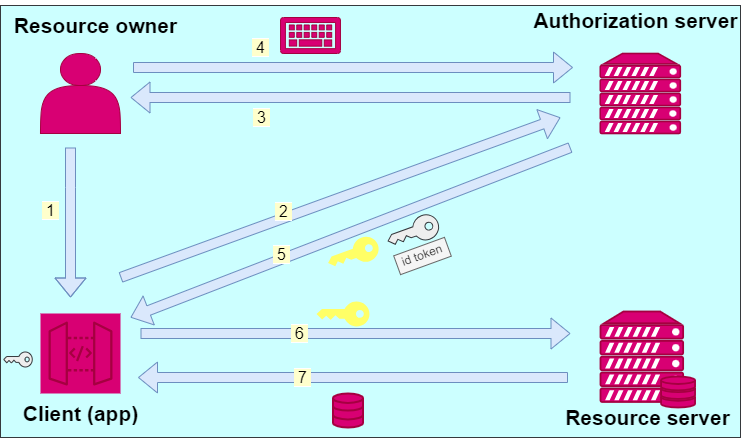
The draw.io diagram img/AUTH_OAuth2.png in gin-az/Shortnotes-for-Front-part-2, before a commit. Source tidied: cells renumbered, new cells last; positions are measured from the earlier drawing's top-left corner, leaving out a move shared by most shapes. Its diagram source:
```xml
<mxGraphModel>
  <root>
    <mxCell id="0" />
    <mxCell id="1" parent="0" />
    <mxCell id="2" style="rounded=0;whiteSpace=wrap;html=1;fillColor=#CCFFFF;strokeColor=#36393d;" parent="1" vertex="1">
      <mxGeometry y="5" width="740" height="432" as="geometry" />
    </mxCell>
    <mxCell id="3" style="shape=actor;whiteSpace=wrap;html=1;fillColor=#d80073;fontColor=#ffffff;strokeColor=#A50040;" parent="1" vertex="1">
      <mxGeometry x="40" y="53" width="80" height="80" as="geometry" />
    </mxCell>
    <mxCell id="4" style="sketch=0;fontColor=#ffffff;gradientDirection=north;fillColor=#d80073;strokeColor=#A50040;dashed=0;verticalLabelPosition=bottom;verticalAlign=top;align=center;html=1;fontSize=12;fontStyle=0;shape=mxgraph.aws4.resourceIcon;resIcon=mxgraph.aws4.api_gateway;" parent="1" vertex="1">
      <mxGeometry x="40" y="313" width="80" height="80" as="geometry" />
    </mxCell>
    <mxCell id="5" style="fontColor=#ffffff;verticalAlign=top;verticalLabelPosition=bottom;labelPosition=center;align=center;html=1;fillColor=#d80073;strokeColor=#A50040;gradientDirection=north;strokeWidth=2;shape=mxgraph.networks.server;" parent="1" vertex="1">
      <mxGeometry x="599.8" y="53" width="80" height="80" as="geometry" />
    </mxCell>
    <mxCell id="6" value="Resource owner" style="text;html=1;align=center;verticalAlign=middle;strokeColor=none;fillColor=none;fontSize=21;fontStyle=1;" parent="1" vertex="1">
      <mxGeometry y="5" width="190" height="40" as="geometry" />
    </mxCell>
    <mxCell id="7" style="shape=flexArrow;endArrow=classic;html=1;rounded=0;fillColor=#dae8fc;strokeColor=#6c8ebf;fontSize=15;labelBackgroundColor=#FFFF66;" parent="1" edge="1">
      <mxGeometry relative="1" as="geometry">
        <mxPoint x="70" y="147" as="sourcePoint" />
        <mxPoint x="70" y="297" as="targetPoint" />
        <Array as="points">
          <mxPoint x="70" y="187" />
        </Array>
      </mxGeometry>
    </mxCell>
    <mxCell id="8" value="&lt;font color=&quot;#000000&quot; style=&quot;font-size: 16px; background-color: rgb(255, 255, 204);&quot;&gt;&amp;nbsp;1&amp;nbsp;&lt;/font&gt;" style="edgeLabel;html=1;align=center;verticalAlign=middle;fontColor=#E4FDE1;" parent="7" vertex="1">
      <mxGeometry x="-0.17" relative="1" as="geometry">
        <mxPoint x="-20" as="offset" />
      </mxGeometry>
    </mxCell>
    <mxCell id="9" value="Client (app)" style="text;html=1;align=center;verticalAlign=middle;strokeColor=none;fillColor=none;fontSize=21;fontStyle=1;" parent="1" vertex="1">
      <mxGeometry x="10" y="393" width="140" height="40" as="geometry" />
    </mxCell>
    <mxCell id="10" style="shape=flexArrow;endArrow=classic;html=1;rounded=0;fillColor=#dae8fc;strokeColor=#6c8ebf;fontSize=15;labelBackgroundColor=#FFFF66;" parent="1" edge="1">
      <mxGeometry relative="1" as="geometry">
        <mxPoint x="120" y="277" as="sourcePoint" />
        <mxPoint x="560" y="117" as="targetPoint" />
      </mxGeometry>
    </mxCell>
    <mxCell id="11" value="&lt;font color=&quot;#000000&quot; style=&quot;font-size: 16px; background-color: rgb(255, 255, 204);&quot;&gt;&amp;nbsp;2&amp;nbsp;&lt;br&gt;&lt;/font&gt;" style="edgeLabel;html=1;align=center;verticalAlign=middle;fontColor=#E4FDE1;" parent="10" vertex="1">
      <mxGeometry x="-0.17" relative="1" as="geometry">
        <mxPoint x="-20" as="offset" />
      </mxGeometry>
    </mxCell>
    <mxCell id="12" style="shape=flexArrow;endArrow=classic;html=1;rounded=0;fillColor=#dae8fc;strokeColor=#6c8ebf;fontSize=15;labelBackgroundColor=#FFFF66;" parent="1" edge="1">
      <mxGeometry relative="1" as="geometry">
        <mxPoint x="570" y="147" as="sourcePoint" />
        <mxPoint x="130" y="317" as="targetPoint" />
      </mxGeometry>
    </mxCell>
    <mxCell id="13" value="&lt;font color=&quot;#000000&quot; style=&quot;font-size: 16px; background-color: rgb(255, 255, 204);&quot;&gt;&amp;nbsp;5&amp;nbsp;&lt;br&gt;&lt;/font&gt;" style="edgeLabel;html=1;align=center;verticalAlign=middle;fontColor=#E4FDE1;" parent="12" vertex="1">
      <mxGeometry x="-0.17" relative="1" as="geometry">
        <mxPoint x="-107" y="36" as="offset" />
      </mxGeometry>
    </mxCell>
    <mxCell id="14" style="sketch=0;shadow=0;dashed=0;html=1;strokeColor=none;labelPosition=center;verticalLabelPosition=bottom;verticalAlign=top;align=center;shape=mxgraph.office.security.key_permissions;fillColor=#FFFF66;fontColor=#E4FDE1;rotation=70;" parent="1" vertex="1">
      <mxGeometry x="340" y="227" width="25" height="53" as="geometry" />
    </mxCell>
    <mxCell id="15" style="shape=flexArrow;endArrow=classic;html=1;rounded=0;fillColor=#dae8fc;strokeColor=#6c8ebf;fontSize=15;labelBackgroundColor=#FFFF66;" parent="1" edge="1">
      <mxGeometry relative="1" as="geometry">
        <mxPoint x="570" y="97" as="sourcePoint" />
        <mxPoint x="130" y="97" as="targetPoint" />
      </mxGeometry>
    </mxCell>
    <mxCell id="16" value="&lt;font color=&quot;#000000&quot; style=&quot;font-size: 16px; background-color: rgb(255, 255, 204);&quot;&gt;&amp;nbsp;3&amp;nbsp;&lt;br&gt;&lt;/font&gt;" style="edgeLabel;html=1;align=center;verticalAlign=middle;fontColor=#E4FDE1;" parent="15" vertex="1">
      <mxGeometry x="-0.17" relative="1" as="geometry">
        <mxPoint x="-127" y="20" as="offset" />
      </mxGeometry>
    </mxCell>
    <mxCell id="17" style="shape=flexArrow;endArrow=classic;html=1;rounded=0;fillColor=#dae8fc;strokeColor=#6c8ebf;fontSize=15;labelBackgroundColor=#FFFF66;" parent="1" edge="1">
      <mxGeometry relative="1" as="geometry">
        <mxPoint x="132.5" y="67" as="sourcePoint" />
        <mxPoint x="572.5" y="67" as="targetPoint" />
      </mxGeometry>
    </mxCell>
    <mxCell id="18" value="&lt;font color=&quot;#000000&quot; style=&quot;font-size: 16px; background-color: rgb(255, 255, 204);&quot;&gt;&amp;nbsp;4&amp;nbsp;&lt;br&gt;&lt;/font&gt;" style="edgeLabel;html=1;align=center;verticalAlign=middle;fontColor=#E4FDE1;" parent="17" vertex="1">
      <mxGeometry x="-0.17" relative="1" as="geometry">
        <mxPoint x="-55" y="-20" as="offset" />
      </mxGeometry>
    </mxCell>
    <mxCell id="19" style="sketch=0;shadow=0;dashed=0;html=1;strokeColor=#A50040;labelPosition=center;verticalLabelPosition=bottom;verticalAlign=top;align=center;fillColor=#d80073;shape=mxgraph.mscae.enterprise.keyboard;fontColor=#ffffff;" parent="1" vertex="1">
      <mxGeometry x="280" y="17" width="60" height="36" as="geometry" />
    </mxCell>
    <mxCell id="20" value="Authorization server" style="text;html=1;align=center;verticalAlign=middle;strokeColor=none;fillColor=none;fontSize=21;fontStyle=1;" parent="1" vertex="1">
      <mxGeometry x="520" width="230" height="40" as="geometry" />
    </mxCell>
    <mxCell id="21" style="fontColor=#ffffff;verticalAlign=top;verticalLabelPosition=bottom;labelPosition=center;align=center;html=1;fillColor=#d80073;strokeColor=#A50040;gradientDirection=north;strokeWidth=2;shape=mxgraph.networks.server_storage;" parent="1" vertex="1">
      <mxGeometry x="600" y="311" width="94.6" height="96" as="geometry" />
    </mxCell>
    <mxCell id="22" style="shape=flexArrow;endArrow=classic;html=1;rounded=0;fillColor=#dae8fc;strokeColor=#6c8ebf;fontSize=15;labelBackgroundColor=#FFFF66;" parent="1" edge="1">
      <mxGeometry relative="1" as="geometry">
        <mxPoint x="140" y="333" as="sourcePoint" />
        <mxPoint x="570" y="333" as="targetPoint" />
      </mxGeometry>
    </mxCell>
    <mxCell id="23" value="&lt;font color=&quot;#000000&quot; style=&quot;font-size: 16px; background-color: rgb(255, 255, 204);&quot;&gt;&amp;nbsp;6&amp;nbsp;&lt;br&gt;&lt;/font&gt;" style="edgeLabel;html=1;align=center;verticalAlign=middle;fontColor=#E4FDE1;" parent="22" vertex="1">
      <mxGeometry x="-0.17" relative="1" as="geometry">
        <mxPoint x="-20" as="offset" />
      </mxGeometry>
    </mxCell>
    <mxCell id="24" style="shape=flexArrow;endArrow=classic;html=1;rounded=0;fillColor=#dae8fc;strokeColor=#6c8ebf;fontSize=15;labelBackgroundColor=#FFFF66;" parent="1" edge="1">
      <mxGeometry relative="1" as="geometry">
        <mxPoint x="567.5" y="377" as="sourcePoint" />
        <mxPoint x="137.5" y="377" as="targetPoint" />
      </mxGeometry>
    </mxCell>
    <mxCell id="25" value="&lt;font color=&quot;#000000&quot; style=&quot;font-size: 16px; background-color: rgb(255, 255, 204);&quot;&gt;&amp;nbsp;7&amp;nbsp;&lt;br&gt;&lt;/font&gt;" style="edgeLabel;html=1;align=center;verticalAlign=middle;fontColor=#E4FDE1;" parent="24" vertex="1">
      <mxGeometry x="-0.17" relative="1" as="geometry">
        <mxPoint x="-88" as="offset" />
      </mxGeometry>
    </mxCell>
    <mxCell id="26" style="html=1;verticalLabelPosition=bottom;align=center;labelBackgroundColor=#ffffff;verticalAlign=top;strokeWidth=2;strokeColor=#A50040;shadow=0;dashed=0;shape=mxgraph.ios7.icons.data;fontColor=#ffffff;fillColor=#d80073;" parent="1" vertex="1">
      <mxGeometry x="332.5" y="393" width="30" height="34" as="geometry" />
    </mxCell>
    <mxCell id="27" value="Resource server" style="text;html=1;align=center;verticalAlign=middle;strokeColor=none;fillColor=none;fontSize=21;fontStyle=1;" parent="1" vertex="1">
      <mxGeometry x="552.3" y="397" width="190" height="40" as="geometry" />
    </mxCell>
    <mxCell id="28" style="sketch=0;shadow=0;dashed=0;html=1;strokeColor=#36393d;labelPosition=center;verticalLabelPosition=bottom;verticalAlign=top;align=center;shape=mxgraph.office.security.key_permissions;fillColor=#eeeeee;rotation=70;" parent="1" vertex="1">
      <mxGeometry x="400" y="205" width="25" height="53" as="geometry" />
    </mxCell>
    <mxCell id="29" style="sketch=0;shadow=0;dashed=0;html=1;strokeColor=none;labelPosition=center;verticalLabelPosition=bottom;verticalAlign=top;align=center;shape=mxgraph.office.security.key_permissions;fillColor=#FFFF66;fontColor=#E4FDE1;rotation=90;" parent="1" vertex="1">
      <mxGeometry x="330" y="287" width="25" height="53" as="geometry" />
    </mxCell>
    <mxCell id="30" value="id token" style="html=1;dashed=0;whiteSpace=wrap;strokeColor=#666666;fillColor=#f5f5f5;fontColor=#333333;rotation=-20;" parent="1" vertex="1">
      <mxGeometry x="395" y="245.5" width="54" height="20" as="geometry" />
    </mxCell>
    <mxCell id="31" style="sketch=0;shadow=0;dashed=0;html=1;strokeColor=#36393d;labelPosition=center;verticalLabelPosition=bottom;verticalAlign=top;align=center;shape=mxgraph.office.security.key_permissions;fillColor=#eeeeee;rotation=90;" parent="1" vertex="1">
      <mxGeometry x="10" y="344.8" width="15" height="28.5" as="geometry" />
    </mxCell>
  </root>
</mxGraphModel>
```
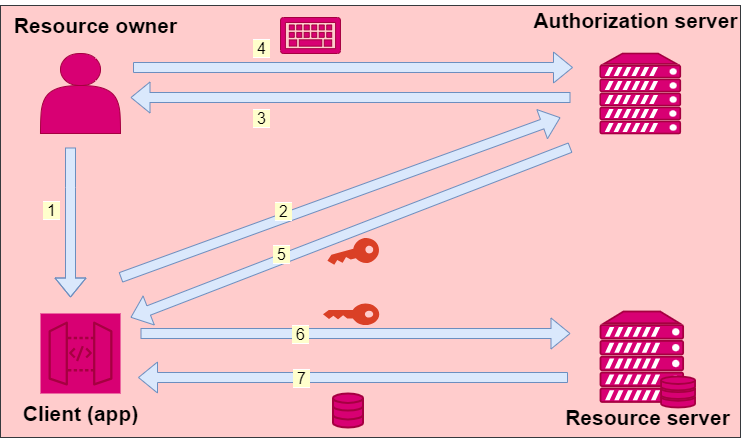
After the change.

Change to the diagram source:
```diff
@@ -2,7 +2,7 @@
   <root>
     <mxCell id="0" />
     <mxCell id="1" parent="0" />
-    <mxCell id="2" style="rounded=0;whiteSpace=wrap;html=1;fillColor=#CCFFFF;strokeColor=#36393d;" parent="1" vertex="1">
+    <mxCell id="2" style="rounded=0;whiteSpace=wrap;html=1;fillColor=#ffcccc;strokeColor=#36393d;" parent="1" vertex="1">
       <mxGeometry y="5" width="740" height="432" as="geometry" />
     </mxCell>
     <mxCell id="3" style="shape=actor;whiteSpace=wrap;html=1;fillColor=#d80073;fontColor=#ffffff;strokeColor=#A50040;" parent="1" vertex="1">
@@ -56,7 +56,7 @@
         <mxPoint x="-107" y="36" as="offset" />
       </mxGeometry>
     </mxCell>
-    <mxCell id="14" style="sketch=0;shadow=0;dashed=0;html=1;strokeColor=none;labelPosition=center;verticalLabelPosition=bottom;verticalAlign=top;align=center;shape=mxgraph.office.security.key_permissions;fillColor=#FFFF66;fontColor=#E4FDE1;rotation=70;" parent="1" vertex="1">
+    <mxCell id="14" style="sketch=0;shadow=0;dashed=0;html=1;strokeColor=none;labelPosition=center;verticalLabelPosition=bottom;verticalAlign=top;align=center;shape=mxgraph.office.security.key_permissions;fillColor=#DA4026;fontColor=#E4FDE1;rotation=75;" parent="1" vertex="1">
       <mxGeometry x="340" y="227" width="25" height="53" as="geometry" />
     </mxCell>
     <mxCell id="15" style="shape=flexArrow;endArrow=classic;html=1;rounded=0;fillColor=#dae8fc;strokeColor=#6c8ebf;fontSize=15;labelBackgroundColor=#FFFF66;" parent="1" edge="1">
@@ -101,6 +101,9 @@
         <mxPoint x="-20" as="offset" />
       </mxGeometry>
     </mxCell>
+    <mxCell id="32" style="sketch=0;shadow=0;dashed=0;html=1;strokeColor=none;labelPosition=center;verticalLabelPosition=bottom;verticalAlign=top;align=center;shape=mxgraph.office.security.key_permissions;fillColor=#DA4026;fontColor=#E4FDE1;rotation=90;" parent="1" vertex="1">
+      <mxGeometry x="339.9" y="285.6" width="21.6" height="56.2" as="geometry" />
+    </mxCell>
     <mxCell id="24" style="shape=flexArrow;endArrow=classic;html=1;rounded=0;fillColor=#dae8fc;strokeColor=#6c8ebf;fontSize=15;labelBackgroundColor=#FFFF66;" parent="1" edge="1">
       <mxGeometry relative="1" as="geometry">
         <mxPoint x="567.5" y="377" as="sourcePoint" />
@@ -118,17 +121,5 @@
     <mxCell id="27" value="Resource server" style="text;html=1;align=center;verticalAlign=middle;strokeColor=none;fillColor=none;fontSize=21;fontStyle=1;" parent="1" vertex="1">
       <mxGeometry x="552.3" y="397" width="190" height="40" as="geometry" />
     </mxCell>
-    <mxCell id="28" style="sketch=0;shadow=0;dashed=0;html=1;strokeColor=#36393d;labelPosition=center;verticalLabelPosition=bottom;verticalAlign=top;align=center;shape=mxgraph.office.security.key_permissions;fillColor=#eeeeee;rotation=70;" parent="1" vertex="1">
-      <mxGeometry x="400" y="205" width="25" height="53" as="geometry" />
-    </mxCell>
-    <mxCell id="29" style="sketch=0;shadow=0;dashed=0;html=1;strokeColor=none;labelPosition=center;verticalLabelPosition=bottom;verticalAlign=top;align=center;shape=mxgraph.office.security.key_permissions;fillColor=#FFFF66;fontColor=#E4FDE1;rotation=90;" parent="1" vertex="1">
-      <mxGeometry x="330" y="287" width="25" height="53" as="geometry" />
-    </mxCell>
-    <mxCell id="30" value="id token" style="html=1;dashed=0;whiteSpace=wrap;strokeColor=#666666;fillColor=#f5f5f5;fontColor=#333333;rotation=-20;" parent="1" vertex="1">
-      <mxGeometry x="395" y="245.5" width="54" height="20" as="geometry" />
-    </mxCell>
-    <mxCell id="31" style="sketch=0;shadow=0;dashed=0;html=1;strokeColor=#36393d;labelPosition=center;verticalLabelPosition=bottom;verticalAlign=top;align=center;shape=mxgraph.office.security.key_permissions;fillColor=#eeeeee;rotation=90;" parent="1" vertex="1">
-      <mxGeometry x="10" y="344.8" width="15" height="28.5" as="geometry" />
-    </mxCell>
   </root>
 </mxGraphModel>
```
